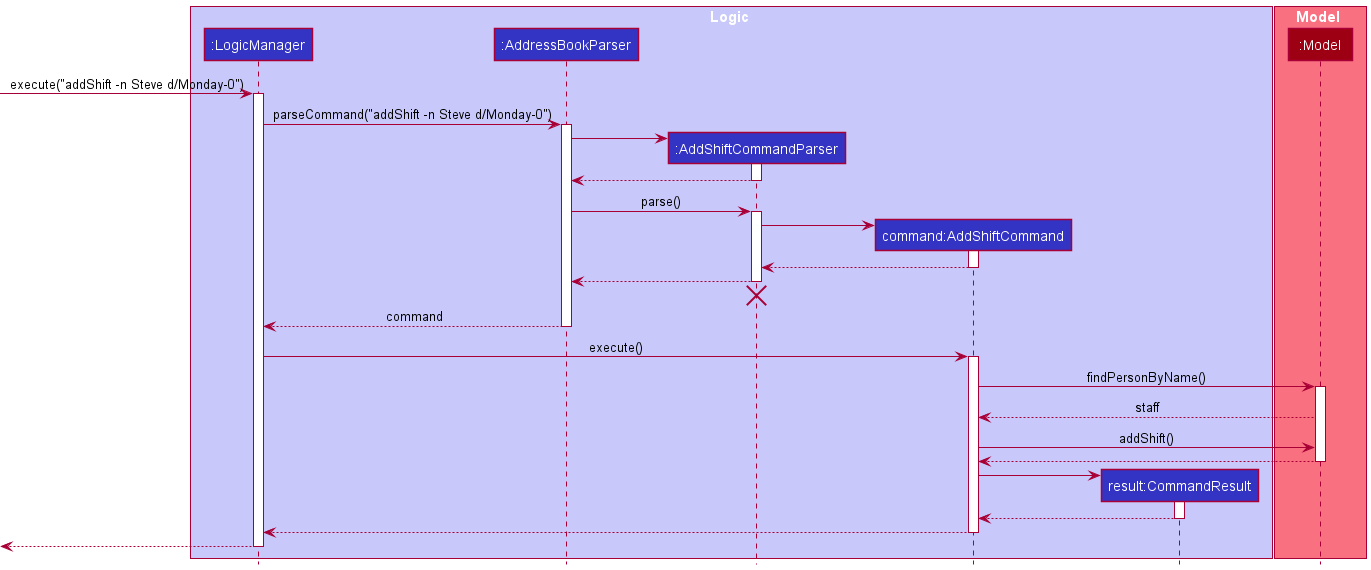
Before: docs/images/AddShiftSequenceDiagram.png, a diagram exported from PlantUML (nus-cs2103-AY2122S1/tp). Source of this version:
```plantuml
@startuml
!include style.puml

box Logic LOGIC_COLOR_T1
participant ":LogicManager" as LogicManager LOGIC_COLOR
participant ":AddressBookParser" as AddressBookParser LOGIC_COLOR
participant ":AddShiftCommandParser" as AddShiftCommandParser LOGIC_COLOR
participant "command:AddShiftCommand" as AddShiftCommand LOGIC_COLOR
participant "result:CommandResult" as CommandResult LOGIC_COLOR
end box

box Model MODEL_COLOR_T1
participant ":Model" as Model MODEL_COLOR
end box

[-> LogicManager : execute("addShift -n Steve d/Monday-0")
activate LogicManager

LogicManager -> AddressBookParser : parseCommand("addShift -n Steve d/Monday-0")
activate AddressBookParser

create AddShiftCommandParser
AddressBookParser -> AddShiftCommandParser
activate AddShiftCommandParser

AddShiftCommandParser --> AddressBookParser
deactivate AddShiftCommandParser

AddressBookParser -> AddShiftCommandParser : parse()
activate AddShiftCommandParser

create AddShiftCommand
AddShiftCommandParser -> AddShiftCommand
activate AddShiftCommand

AddShiftCommand --> AddShiftCommandParser
deactivate AddShiftCommand

AddShiftCommandParser --> AddressBookParser
deactivate AddShiftCommandParser
AddShiftCommandParser -[hidden]-> AddressBookParser
destroy AddShiftCommandParser

AddressBookParser --> LogicManager : command
deactivate AddressBookParser

LogicManager -> AddShiftCommand : execute()
activate AddShiftCommand

AddShiftCommand -> Model : findPersonByName()
activate Model

Model --> AddShiftCommand : staff
AddShiftCommand -> Model : addShift()
Model --> AddShiftCommand
deactivate Model

create CommandResult
AddShiftCommand -> CommandResult
activate CommandResult

CommandResult --> AddShiftCommand
deactivate CommandResult

AddShiftCommand --> LogicManager
deactivate AddShiftCommand

[<--LogicManager
deactivate LogicManager
@enduml
```
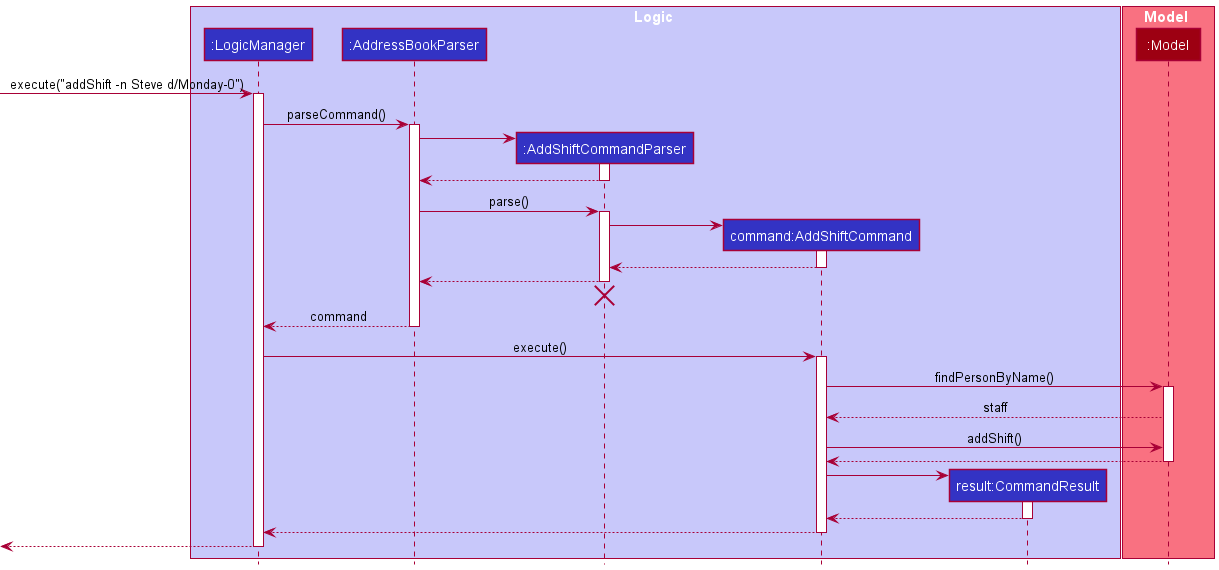
The same file after the commit.

What changed in the source:
```diff
@@ -16,7 +16,7 @@
 [-> LogicManager : execute("addShift -n Steve d/Monday-0")
 activate LogicManager
 
-LogicManager -> AddressBookParser : parseCommand("addShift -n Steve d/Monday-0")
+LogicManager -> AddressBookParser : parseCommand()
 activate AddressBookParser
 
 create AddShiftCommandParser
```
